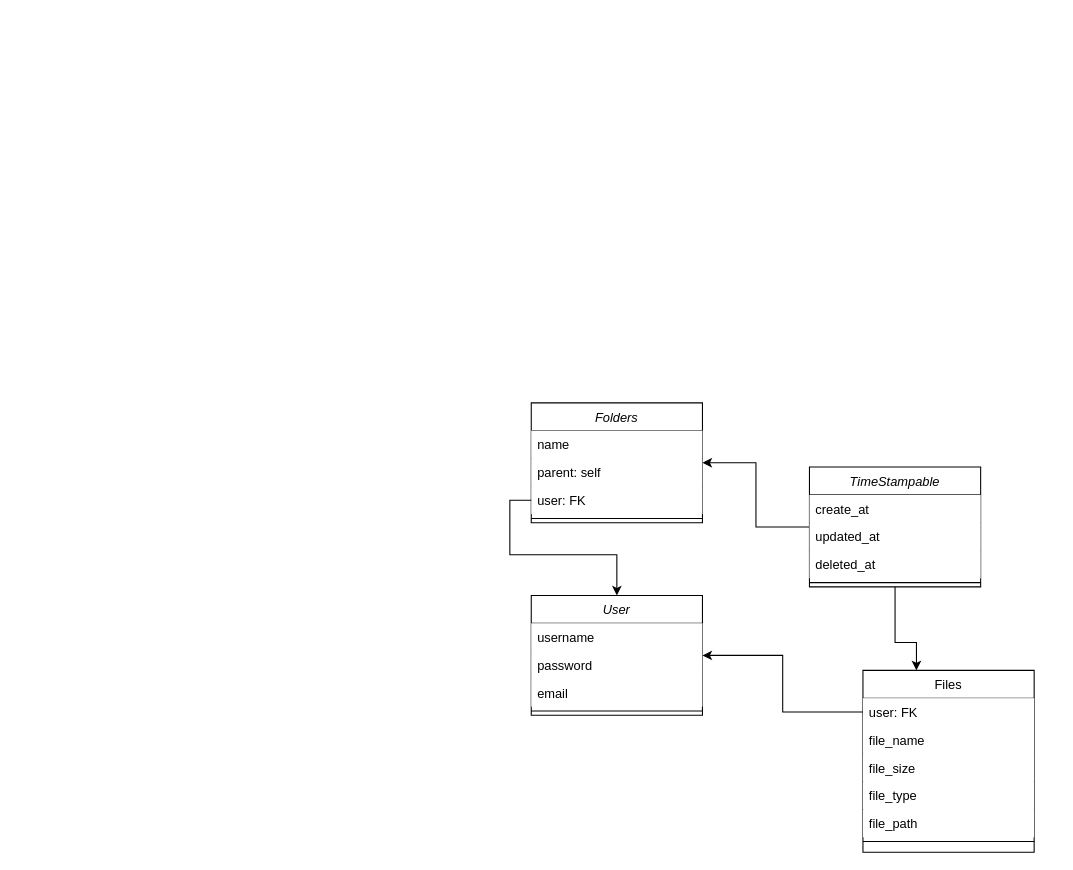
The draw.io diagram db-draw.drawio in amssdias/aerobox, before the edit. Source tidied: cells renumbered, new cells numbered last; positions are measured from the earlier drawing's top-left corner, leaving out a move shared by most shapes. Both pictures are drawn from the tidied source at 107%, with x=0, y=0 at pixel (531, 402).
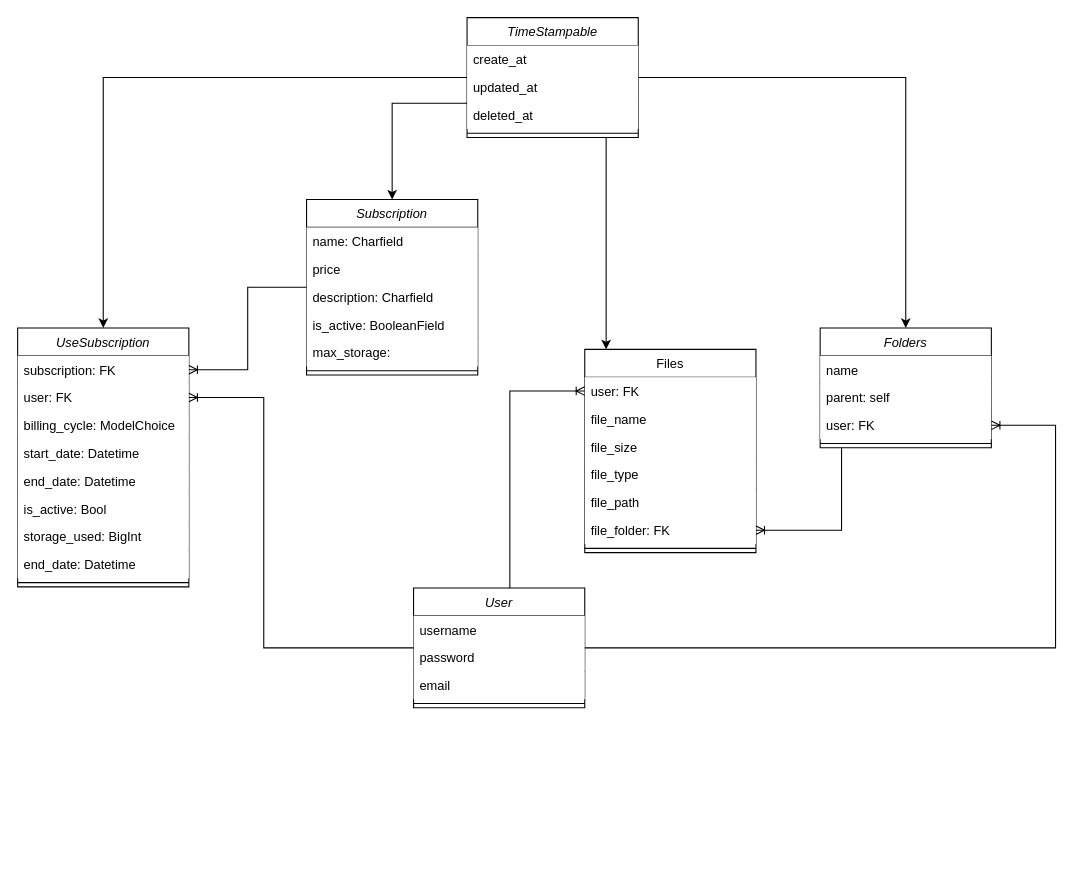
The same diagram, later.

Commit message:
Update drawio databases schema.

The change refers to these unchanged cells:
```xml
<mxCell id="8" value="user: FK" style="text;align=left;verticalAlign=top;spacingLeft=4;spacingRight=4;overflow=hidden;points=[[0,0.5],[1,0.5]];portConstraint=eastwest;fillColor=default;" parent="7" vertex="1">
  <mxGeometry y="26" width="160" height="26" as="geometry" />
</mxCell>
<mxCell id="25" value="user: FK" style="text;align=left;verticalAlign=top;spacingLeft=4;spacingRight=4;overflow=hidden;points=[[0,0.5],[1,0.5]];portConstraint=eastwest;rounded=0;shadow=0;html=0;fillColor=default;" parent="22" vertex="1">
  <mxGeometry y="78" width="160" height="26" as="geometry" />
</mxCell>
```

Change to the diagram source:
```diff
@@
     <mxCell id="2" value="User" style="swimlane;fontStyle=2;align=center;verticalAlign=top;horizontal=1;startSize=26;rounded=0;shadow=0;strokeWidth=1;" parent="1" vertex="1">
-      <mxGeometry y="180" width="160" height="112" as="geometry" />
+      <mxGeometry x="-110" y="173" width="160" height="112" as="geometry" />
     </mxCell>
@@
     <mxCell id="7" value="Files" style="swimlane;fontStyle=0;align=center;verticalAlign=top;horizontal=1;startSize=26;rounded=0;shadow=0;strokeWidth=1;" parent="1" vertex="1">
-      <mxGeometry x="310" y="250" width="160" height="170" as="geometry" />
+      <mxGeometry x="50" y="-50" width="160" height="190" as="geometry" />
     </mxCell>
@@
+    <mxCell id="28" value="file_folder: FK" style="text;align=left;verticalAlign=top;spacingLeft=4;spacingRight=4;overflow=hidden;points=[[0,0.5],[1,0.5]];portConstraint=eastwest;rounded=0;shadow=0;html=0;fillColor=default;" parent="7" vertex="1">
+      <mxGeometry y="156" width="160" height="26" as="geometry" />
+    </mxCell>
     <mxCell id="13" style="line;html=1;strokeWidth=1;align=left;verticalAlign=middle;spacingTop=-1;spacingLeft=3;spacingRight=3;labelPosition=right;" parent="7" vertex="1">
-      <mxGeometry y="156" width="160" height="8" as="geometry" />
+      <mxGeometry y="182" width="160" height="8" as="geometry" />
     </mxCell>
-    <mxCell id="14" style="edgeStyle=orthogonalEdgeStyle;rounded=0;jettySize=auto;html=1;" parent="1" edge="1" source="16" target="7">
+    <mxCell id="14" style="edgeStyle=elbowEdgeStyle;rounded=0;jettySize=auto;html=1;" parent="1" edge="1" source="16" target="7">
       <mxGeometry relative="1" as="geometry">
         <Array as="points">
-          <mxPoint x="340" y="224" />
-          <mxPoint x="360" y="224" />
+          <mxPoint x="70" y="-150" />
         </Array>
       </mxGeometry>
     </mxCell>
@@
     <mxCell id="16" value="TimeStampable" style="swimlane;fontStyle=2;align=center;verticalAlign=top;horizontal=1;startSize=26;rounded=0;shadow=0;strokeWidth=1;" parent="1" vertex="1">
-      <mxGeometry x="260" y="60" width="160" height="112" as="geometry" />
+      <mxGeometry x="-60" y="-360" width="160" height="112" as="geometry" />
     </mxCell>
@@
-    <mxCell id="21" style="edgeStyle=orthogonalEdgeStyle;rounded=0;jettySize=auto;html=1;" parent="1" edge="1" source="8" target="2">
-      <mxGeometry relative="1" as="geometry" />
-    </mxCell>
     <mxCell id="22" value="Folders" style="swimlane;fontStyle=2;align=center;verticalAlign=top;horizontal=1;startSize=26;rounded=0;shadow=0;strokeWidth=1;" parent="1" vertex="1">
-      <mxGeometry width="160" height="112" as="geometry" />
+      <mxGeometry x="270" y="-70" width="160" height="112" as="geometry" />
     </mxCell>
@@
-    <mxCell id="27" style="edgeStyle=orthogonalEdgeStyle;rounded=0;jettySize=auto;html=1;" parent="1" edge="1" source="25" target="2">
-      <mxGeometry relative="1" as="geometry" />
-    </mxCell>
+    <mxCell id="29" value="Subscription" style="swimlane;fontStyle=2;align=center;verticalAlign=top;horizontal=1;startSize=26;rounded=0;shadow=0;strokeWidth=1;" parent="1" vertex="1">
+      <mxGeometry x="-210" y="-190" width="160" height="164" as="geometry" />
+    </mxCell>
+    <mxCell id="30" value="name: Charfield" style="text;align=left;verticalAlign=top;spacingLeft=4;spacingRight=4;overflow=hidden;fillColor=default;" parent="29" vertex="1">
+      <mxGeometry y="26" width="160" height="26" as="geometry" />
+    </mxCell>
+    <mxCell id="31" value="price" style="text;align=left;verticalAlign=top;spacingLeft=4;spacingRight=4;overflow=hidden;rounded=0;shadow=0;html=0;fillColor=default;" parent="29" vertex="1">
+      <mxGeometry y="52" width="160" height="26" as="geometry" />
+    </mxCell>
+    <mxCell id="32" value="description: Charfield" style="text;align=left;verticalAlign=top;spacingLeft=4;spacingRight=4;overflow=hidden;rounded=0;shadow=0;html=0;fillColor=default;" parent="29" vertex="1">
+      <mxGeometry y="78" width="160" height="26" as="geometry" />
+    </mxCell>
+    <mxCell id="33" value="is_active: BooleanField" style="text;align=left;verticalAlign=top;spacingLeft=4;spacingRight=4;overflow=hidden;rounded=0;shadow=0;html=0;fillColor=default;" parent="29" vertex="1">
+      <mxGeometry y="104" width="160" height="26" as="geometry" />
+    </mxCell>
+    <mxCell id="34" value="max_storage: " style="text;align=left;verticalAlign=top;spacingLeft=4;spacingRight=4;overflow=hidden;rounded=0;shadow=0;html=0;fillColor=default;" parent="29" vertex="1">
+      <mxGeometry y="130" width="160" height="26" as="geometry" />
+    </mxCell>
+    <mxCell id="35" style="line;html=1;strokeWidth=1;align=left;verticalAlign=middle;spacingTop=-1;spacingLeft=3;spacingRight=3;labelPosition=right;" parent="29" vertex="1">
+      <mxGeometry y="156" width="160" height="8" as="geometry" />
+    </mxCell>
+    <mxCell id="36" style="edgeStyle=elbowEdgeStyle;rounded=0;jettySize=auto;html=1;" parent="1" edge="1" source="16" target="29">
+      <mxGeometry relative="1" as="geometry">
+        <Array as="points">
+          <mxPoint x="-130" y="-280" />
+        </Array>
+      </mxGeometry>
+    </mxCell>
+    <mxCell id="37" value="UseSubscription" style="swimlane;fontStyle=2;align=center;verticalAlign=top;horizontal=1;startSize=26;rounded=0;shadow=0;strokeWidth=1;" parent="1" vertex="1">
+      <mxGeometry x="-480" y="-70" width="160" height="242" as="geometry" />
+    </mxCell>
+    <mxCell id="38" value="subscription: FK" style="text;align=left;verticalAlign=top;spacingLeft=4;spacingRight=4;overflow=hidden;points=[[0,0.5],[1,0.5]];portConstraint=eastwest;rounded=0;shadow=0;html=0;fillColor=default;" parent="37" vertex="1">
+      <mxGeometry y="26" width="160" height="26" as="geometry" />
+    </mxCell>
+    <mxCell id="39" value="user: FK" style="text;align=left;verticalAlign=top;spacingLeft=4;spacingRight=4;overflow=hidden;points=[[0,0.5],[1,0.5]];portConstraint=eastwest;fillColor=default;" parent="37" vertex="1">
+      <mxGeometry y="52" width="160" height="26" as="geometry" />
+    </mxCell>
+    <mxCell id="40" value="billing_cycle: ModelChoice    " style="text;align=left;verticalAlign=top;spacingLeft=4;spacingRight=4;overflow=hidden;rounded=0;shadow=0;html=0;fillColor=default;" parent="37" vertex="1">
+      <mxGeometry y="78" width="160" height="26" as="geometry" />
+    </mxCell>
+    <mxCell id="41" value="start_date: Datetime" style="text;align=left;verticalAlign=top;spacingLeft=4;spacingRight=4;overflow=hidden;rounded=0;shadow=0;html=0;fillColor=default;" parent="37" vertex="1">
+      <mxGeometry y="104" width="160" height="26" as="geometry" />
+    </mxCell>
+    <mxCell id="42" value="end_date: Datetime" style="text;align=left;verticalAlign=top;spacingLeft=4;spacingRight=4;overflow=hidden;rounded=0;shadow=0;html=0;fillColor=default;" parent="37" vertex="1">
+      <mxGeometry y="130" width="160" height="26" as="geometry" />
+    </mxCell>
+    <mxCell id="43" value="is_active: Bool" style="text;align=left;verticalAlign=top;spacingLeft=4;spacingRight=4;overflow=hidden;rounded=0;shadow=0;html=0;fillColor=default;" parent="37" vertex="1">
+      <mxGeometry y="156" width="160" height="26" as="geometry" />
+    </mxCell>
+    <mxCell id="44" value="storage_used: BigInt" style="text;align=left;verticalAlign=top;spacingLeft=4;spacingRight=4;overflow=hidden;rounded=0;shadow=0;html=0;fillColor=default;" parent="37" vertex="1">
+      <mxGeometry y="182" width="160" height="26" as="geometry" />
+    </mxCell>
+    <mxCell id="45" value="end_date: Datetime" style="text;align=left;verticalAlign=top;spacingLeft=4;spacingRight=4;overflow=hidden;rounded=0;shadow=0;html=0;fillColor=default;" parent="37" vertex="1">
+      <mxGeometry y="208" width="160" height="26" as="geometry" />
+    </mxCell>
+    <mxCell id="46" style="line;html=1;strokeWidth=1;align=left;verticalAlign=middle;spacingTop=-1;spacingLeft=3;spacingRight=3;labelPosition=right;" parent="37" vertex="1">
+      <mxGeometry y="234" width="160" height="8" as="geometry" />
+    </mxCell>
+    <mxCell id="47" style="edgeStyle=orthogonalEdgeStyle;rounded=0;jettySize=auto;html=1;" parent="1" edge="1" source="16" target="37">
+      <mxGeometry relative="1" as="geometry" />
+    </mxCell>
+    <mxCell id="48" style="edgeStyle=elbowEdgeStyle;fontSize=12;html=1;endArrow=ERoneToMany;rounded=0;" parent="1" edge="1" source="2" target="8">
+      <mxGeometry relative="1" as="geometry">
+        <Array as="points">
+          <mxPoint x="-20" y="80" />
+        </Array>
+      </mxGeometry>
+    </mxCell>
+    <mxCell id="49" style="edgeStyle=elbowEdgeStyle;fontSize=12;html=1;endArrow=ERoneToMany;rounded=0;" parent="1" edge="1" source="2" target="25">
+      <mxGeometry relative="1" as="geometry">
+        <Array as="points">
+          <mxPoint x="490" y="150" />
+        </Array>
+      </mxGeometry>
+    </mxCell>
+    <mxCell id="50" style="edgeStyle=elbowEdgeStyle;fontSize=12;html=1;endArrow=ERoneToMany;rounded=0;" parent="1" edge="1" source="22" target="28">
+      <mxGeometry relative="1" as="geometry">
+        <Array as="points">
+          <mxPoint x="290" y="80" />
+        </Array>
+      </mxGeometry>
+    </mxCell>
+    <mxCell id="51" style="edgeStyle=elbowEdgeStyle;fontSize=12;html=1;endArrow=ERoneToMany;rounded=0;" parent="1" edge="1" source="2" target="39">
+      <mxGeometry relative="1" as="geometry">
+        <Array as="points">
+          <mxPoint x="-250" y="121" />
+        </Array>
+      </mxGeometry>
+    </mxCell>
+    <mxCell id="52" style="edgeStyle=orthogonalEdgeStyle;fontSize=12;html=1;endArrow=ERoneToMany;rounded=0;" parent="1" edge="1" source="29" target="38">
+      <mxGeometry relative="1" as="geometry" />
+    </mxCell>
```
